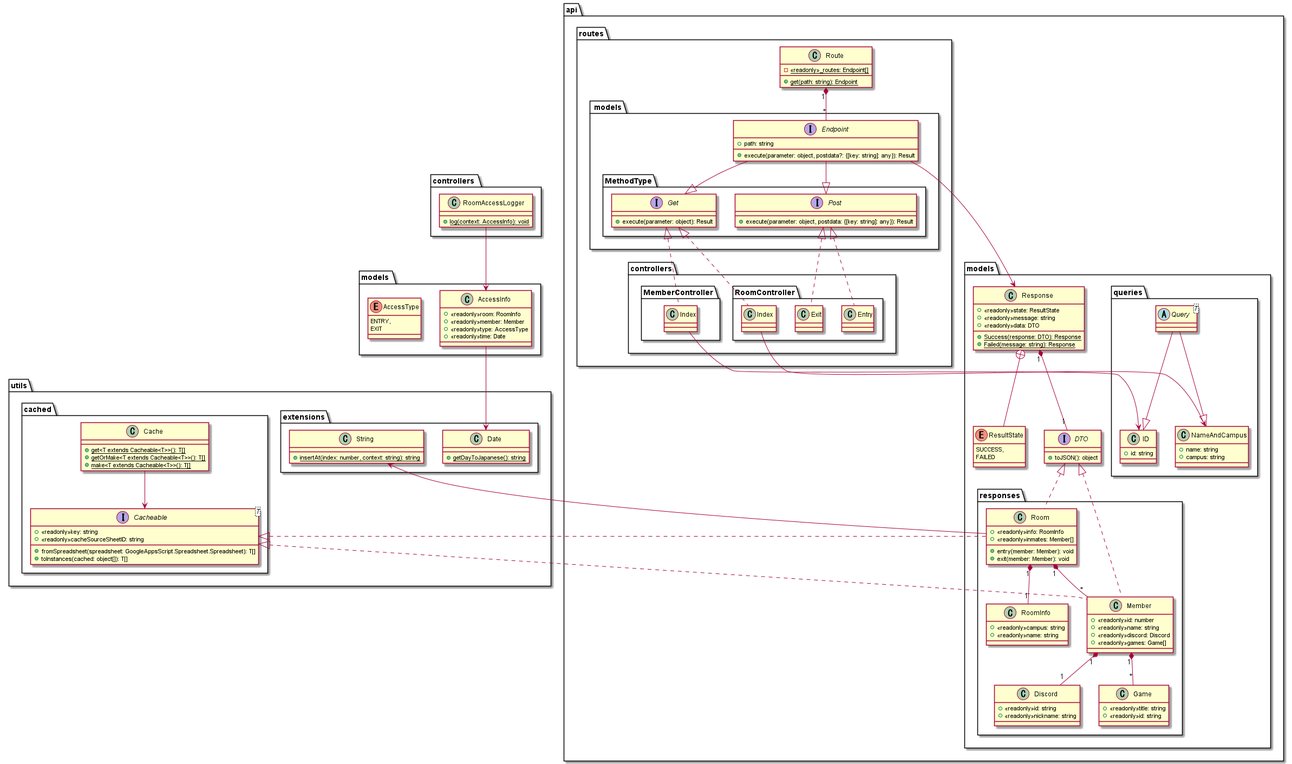
Earlier version of the PlantUML export uml/classDiagram/classDiagram.png (NIT-esports/NITeAPI).
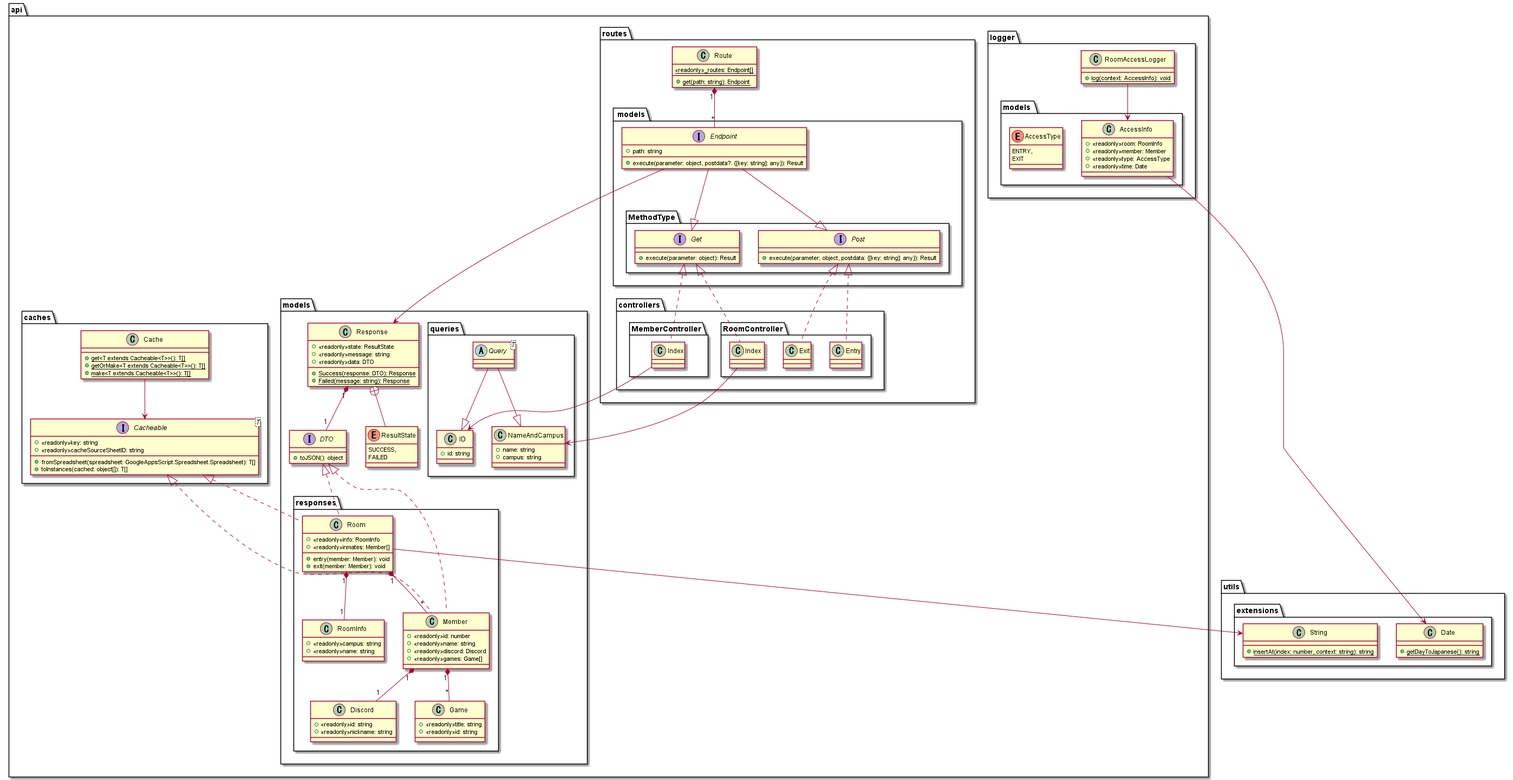
After the commit.

The edit, as a diff of the source:
```diff
@@ -1,6 +1,44 @@
 @startuml
 package api
 {
+    package caches
+    {
+        class Cache
+        {
+            +{static}get<T extends Cacheable<T>>(): T[]
+            +{static}getOrMake<T extends Cacheable<T>>(): T[]
+            +{static}make<T extends Cacheable<T>>(): T[]
+        }
+        interface Cacheable<T>
+        {
+            +<<readonly>>key: string
+            +<<readonly>>cacheSourceSheetID: string
+            +fromSpreadsheet(spreadsheet: GoogleAppsScript.Spreadsheet.Spreadsheet): T[]
+            +toInstances(cached: object[]): T[]
+        }
+    }
+    package logger
+    {
+        package "models "
+        {
+            class AccessInfo
+            {
+                +<<readonly>>room: RoomInfo
+                +<<readonly>>member: Member
+                +<<readonly>>type: AccessType
+                +<<readonly>>time: Date
+            }
+            enum AccessType
+            {
+                ENTRY,
+                EXIT
+            }
+        }
+        class RoomAccessLogger
+        {
+            +{static}log(context: AccessInfo): void
+        }
+    }
     package models
     {
         package queries
@@ -102,51 +140,13 @@
         }
         class Route
         {
-            -{static}<<readonly>>_routes: Endpoint[]
+            {static}<<readonly>>_routes: Endpoint[]
             +{static}get(path: string): Endpoint
         }
     }
 }
-package "controllers "
-{
-    class RoomAccessLogger
-    {
-        +{static}log(context: AccessInfo): void
-    }
-}
-package "models "
-{
-    class AccessInfo
-    {
-        +<<readonly>>room: RoomInfo
-        +<<readonly>>member: Member
-        +<<readonly>>type: AccessType
-        +<<readonly>>time: Date
-    }
-    enum AccessType
-    {
-        ENTRY,
-        EXIT
-    }
-}
 package utils
 {
-    package cached
-    {
-        class Cache
-        {
-            +{static}get<T extends Cacheable<T>>(): T[]
-            +{static}getOrMake<T extends Cacheable<T>>(): T[]
-            +{static}make<T extends Cacheable<T>>(): T[]
-        }
-        interface Cacheable<T>
-        {
-            +<<readonly>>key: string
-            +<<readonly>>cacheSourceSheetID: string
-            +fromSpreadsheet(spreadsheet: GoogleAppsScript.Spreadsheet.Spreadsheet): T[]
-            +toInstances(cached: object[]): T[]
-        }
-    }
     package extensions
     {
         class Date
```
